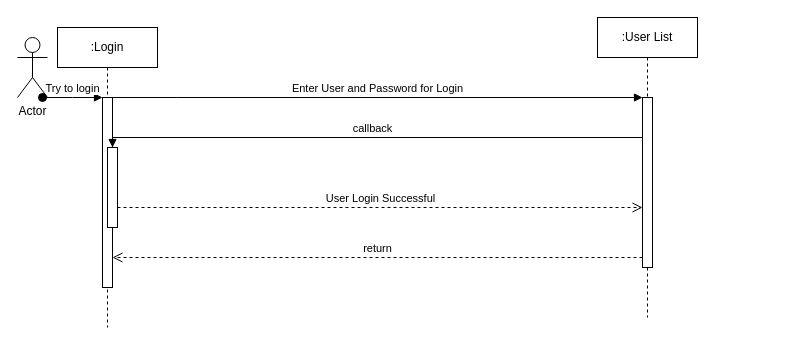
Earlier version of the draw.io diagram Untitled Diagram.drawio (adl409/SE-project-Group-5). Source tidied: cells renumbered, new cells numbered last; positions are measured from the earlier drawing's top-left corner, leaving out a move shared by most shapes. Both pictures are drawn from the tidied source at 100%, with x=0, y=0 at pixel (17, 17).
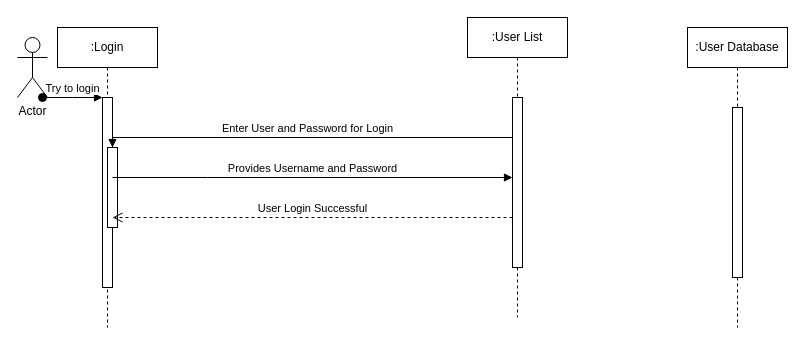
Above is the later version.

The edit, as a diff of the source:
```diff
@@
 <mxGraphModel>
   <root>
     <mxCell id="0" />
     <mxCell id="1" parent="0" />
     <mxCell id="2" value=":Login" style="shape=umlLifeline;perimeter=lifelinePerimeter;whiteSpace=wrap;html=1;newEdgeStyle={&quot;edgeStyle&quot;:&quot;elbowEdgeStyle&quot;,&quot;elbow&quot;:&quot;vertical&quot;,&quot;curved&quot;:0,&quot;rounded&quot;:0};" parent="1" vertex="1">
       <mxGeometry x="40" y="10" width="100" height="300" as="geometry" />
     </mxCell>
     <mxCell id="3" style="html=1;points=[];perimeter=orthogonalPerimeter;outlineConnect=0;targetShapes=umlLifeline;portConstraint=eastwest;newEdgeStyle={&quot;edgeStyle&quot;:&quot;elbowEdgeStyle&quot;,&quot;elbow&quot;:&quot;vertical&quot;,&quot;curved&quot;:0,&quot;rounded&quot;:0};" parent="2" vertex="1">
       <mxGeometry x="45" y="70" width="10" height="190" as="geometry" />
     </mxCell>
     <mxCell id="4" value="Try to login" style="html=1;verticalAlign=bottom;startArrow=oval;endArrow=block;startSize=8;edgeStyle=elbowEdgeStyle;elbow=vertical;curved=0;rounded=0;" parent="2" edge="1" target="3">
       <mxGeometry relative="1" as="geometry">
         <mxPoint x="-15" y="70" as="sourcePoint" />
       </mxGeometry>
     </mxCell>
     <mxCell id="5" style="html=1;points=[];perimeter=orthogonalPerimeter;outlineConnect=0;targetShapes=umlLifeline;portConstraint=eastwest;newEdgeStyle={&quot;edgeStyle&quot;:&quot;elbowEdgeStyle&quot;,&quot;elbow&quot;:&quot;vertical&quot;,&quot;curved&quot;:0,&quot;rounded&quot;:0};" parent="2" vertex="1">
       <mxGeometry x="50" y="120" width="10" height="80" as="geometry" />
     </mxCell>
     <mxCell id="6" value=":User List" style="shape=umlLifeline;perimeter=lifelinePerimeter;whiteSpace=wrap;html=1;newEdgeStyle={&quot;edgeStyle&quot;:&quot;elbowEdgeStyle&quot;,&quot;elbow&quot;:&quot;vertical&quot;,&quot;curved&quot;:0,&quot;rounded&quot;:0};" parent="1" vertex="1">
-      <mxGeometry x="580" width="100" height="300" as="geometry" />
+      <mxGeometry x="450" width="100" height="300" as="geometry" />
     </mxCell>
     <mxCell id="7" style="html=1;points=[];perimeter=orthogonalPerimeter;outlineConnect=0;targetShapes=umlLifeline;portConstraint=eastwest;newEdgeStyle={&quot;edgeStyle&quot;:&quot;elbowEdgeStyle&quot;,&quot;elbow&quot;:&quot;vertical&quot;,&quot;curved&quot;:0,&quot;rounded&quot;:0};" parent="6" vertex="1">
       <mxGeometry x="45" y="80" width="10" height="170" as="geometry" />
     </mxCell>
-    <mxCell id="8" value="Enter User and Password for Login" style="html=1;verticalAlign=bottom;endArrow=block;edgeStyle=elbowEdgeStyle;elbow=vertical;curved=0;rounded=0;" parent="1" edge="1" source="3" target="7">
+    <mxCell id="8" value="Provides Username and Password" style="html=1;verticalAlign=bottom;endArrow=block;edgeStyle=elbowEdgeStyle;elbow=vertical;curved=0;rounded=0;" parent="1" edge="1" source="3" target="7">
       <mxGeometry relative="1" as="geometry">
         <Array as="points">
+          <mxPoint x="190" y="160" />
           <mxPoint x="160" y="80" />
         </Array>
       </mxGeometry>
     </mxCell>
-    <mxCell id="9" value="return" style="html=1;verticalAlign=bottom;endArrow=open;dashed=1;endSize=8;edgeStyle=elbowEdgeStyle;elbow=vertical;curved=0;rounded=0;" parent="1" edge="1" source="7" target="3">
+    <mxCell id="9" value="User Login Successful" style="html=1;verticalAlign=bottom;endArrow=open;dashed=1;endSize=8;edgeStyle=elbowEdgeStyle;elbow=vertical;curved=0;rounded=0;" parent="1" edge="1" source="7" target="3">
       <mxGeometry relative="1" as="geometry">
         <Array as="points">
-          <mxPoint x="170" y="240" />
+          <mxPoint x="190" y="200" />
         </Array>
       </mxGeometry>
     </mxCell>
-    <mxCell id="10" value="callback" style="html=1;verticalAlign=bottom;endArrow=block;edgeStyle=elbowEdgeStyle;elbow=vertical;curved=0;rounded=0;" parent="1" edge="1" source="7" target="5">
+    <mxCell id="10" value="Enter User and Password for Login" style="html=1;verticalAlign=bottom;endArrow=block;edgeStyle=elbowEdgeStyle;elbow=vertical;curved=0;rounded=0;" parent="1" edge="1" source="7" target="5">
       <mxGeometry relative="1" as="geometry">
         <Array as="points">
           <mxPoint x="170" y="120" />
         </Array>
       </mxGeometry>
     </mxCell>
-    <mxCell id="11" value="User Login Successful" style="html=1;verticalAlign=bottom;endArrow=open;dashed=1;endSize=8;edgeStyle=elbowEdgeStyle;elbow=vertical;curved=0;rounded=0;" parent="1" edge="1" source="5" target="7">
-      <mxGeometry relative="1" as="geometry">
-        <Array as="points">
-          <mxPoint x="160" y="190" />
-        </Array>
-      </mxGeometry>
-    </mxCell>
     <mxCell id="12" value="Actor" style="shape=umlActor;verticalLabelPosition=bottom;verticalAlign=top;html=1;" parent="1" vertex="1">
       <mxGeometry y="20" width="30" height="60" as="geometry" />
     </mxCell>
+    <mxCell id="13" value=":User Database" style="shape=umlLifeline;perimeter=lifelinePerimeter;whiteSpace=wrap;html=1;newEdgeStyle={&quot;edgeStyle&quot;:&quot;elbowEdgeStyle&quot;,&quot;elbow&quot;:&quot;vertical&quot;,&quot;curved&quot;:0,&quot;rounded&quot;:0};" parent="1" vertex="1">
+      <mxGeometry x="670" y="10" width="100" height="300" as="geometry" />
+    </mxCell>
+    <mxCell id="14" style="html=1;perimeter=orthogonalPerimeter;targetShapes=umlLifeline;newEdgeStyle={&quot;edgeStyle&quot;:&quot;elbowEdgeStyle&quot;,&quot;elbow&quot;:&quot;vertical&quot;,&quot;curved&quot;:0,&quot;rounded&quot;:0};" parent="13" vertex="1">
+      <mxGeometry x="45" y="80" width="10" height="170" as="geometry" />
+    </mxCell>
   </root>
 </mxGraphModel>
```
